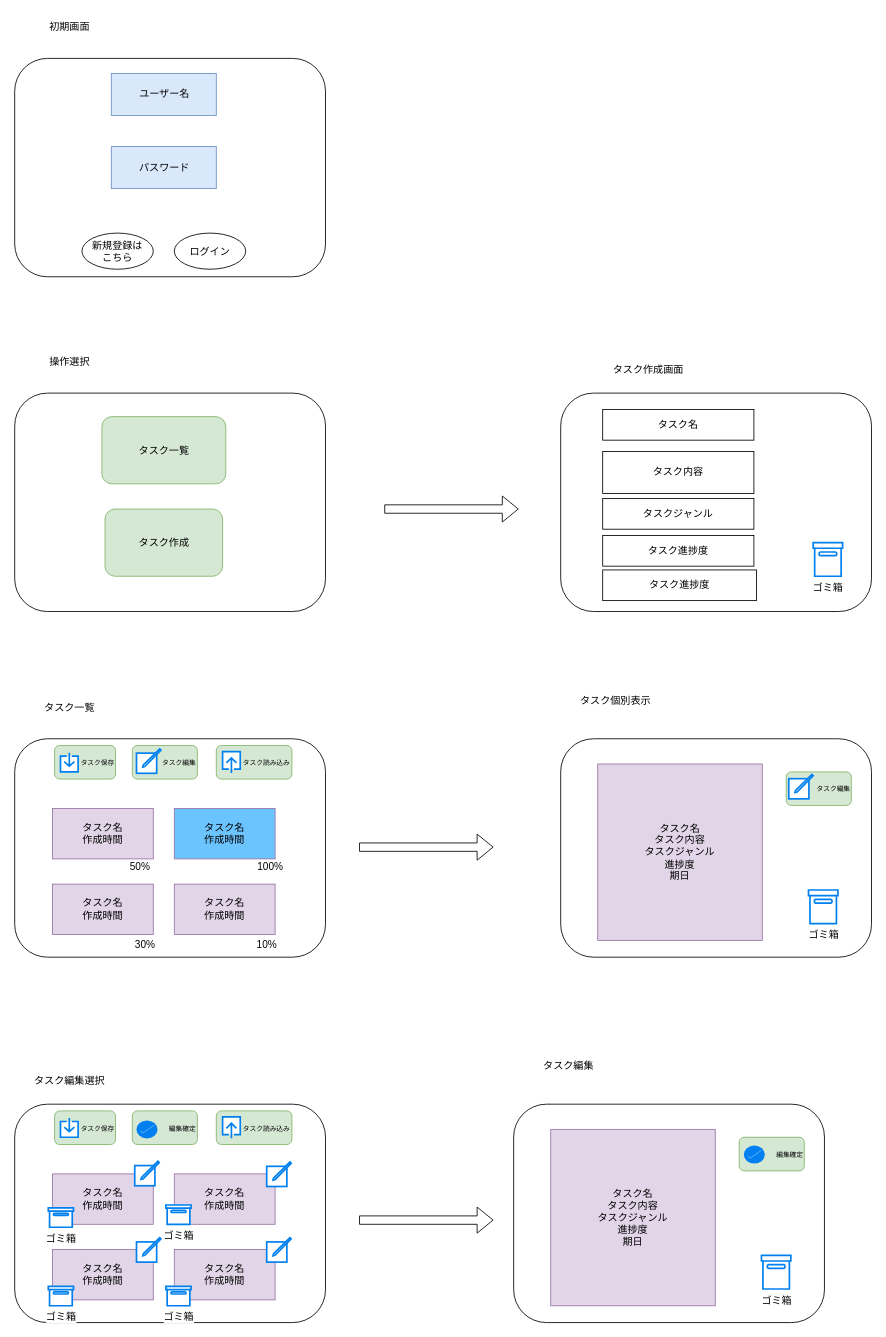
Before: 図/screen.drawio in OMOCHInoHOSHI/2025-ToDoapp, a draw.io diagram. Source tidied: cells renumbered, new cells numbered last; positions are measured from the earlier drawing's top-left corner, leaving out a move shared by most shapes. Both pictures are drawn from the tidied source at 84%, with x=0, y=0 at pixel (14, 14).
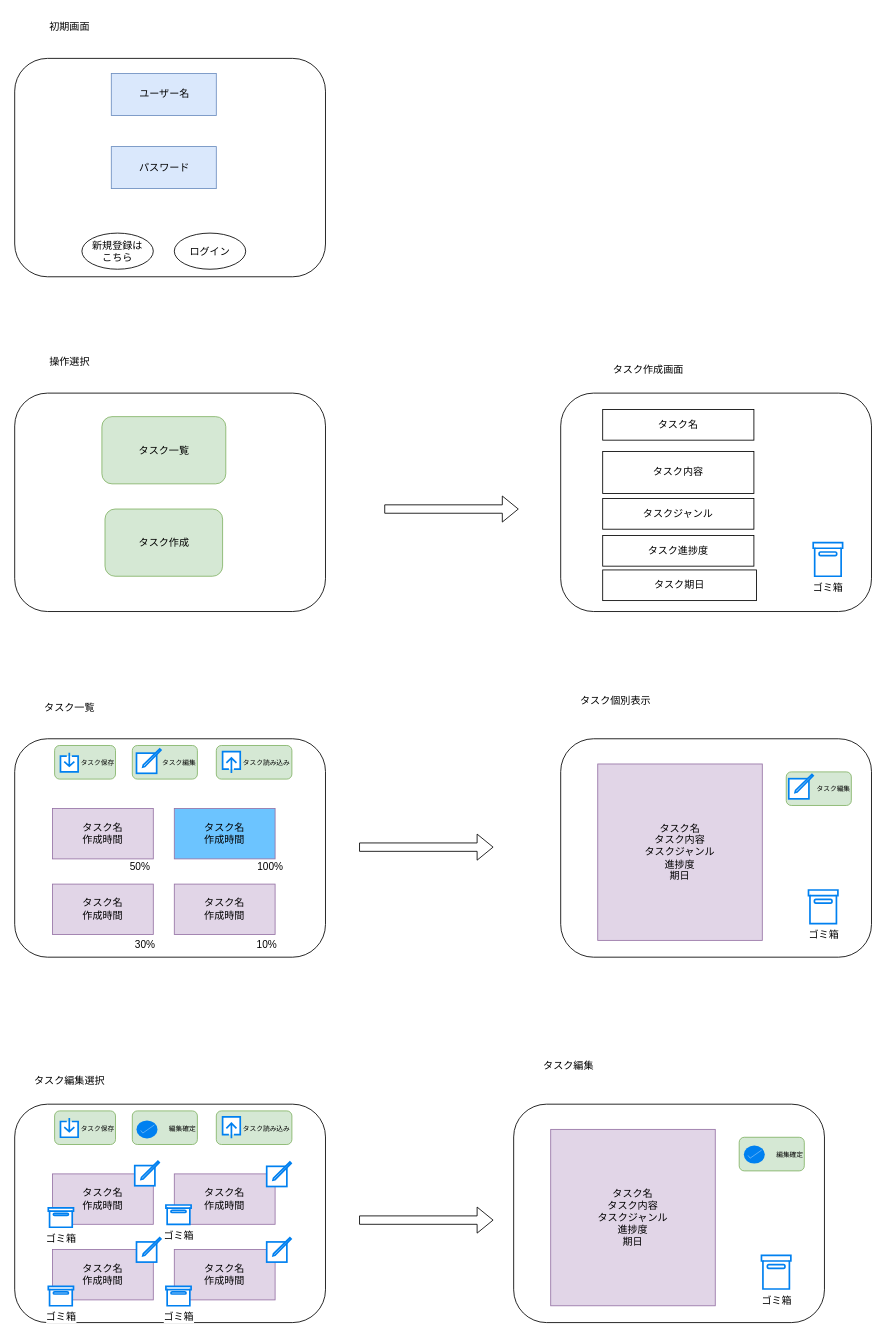
The same diagram, later.

Change to the diagram source:
```diff
@@
-    <mxCell id="72" value="タスク進捗度" style="whiteSpace=wrap;html=1;" parent="1" vertex="1">
+    <mxCell id="72" value="タスク期日" style="whiteSpace=wrap;html=1;" parent="1" vertex="1">
       <mxGeometry x="700" y="661" width="183" height="36.5" as="geometry" />
     </mxCell>
```
